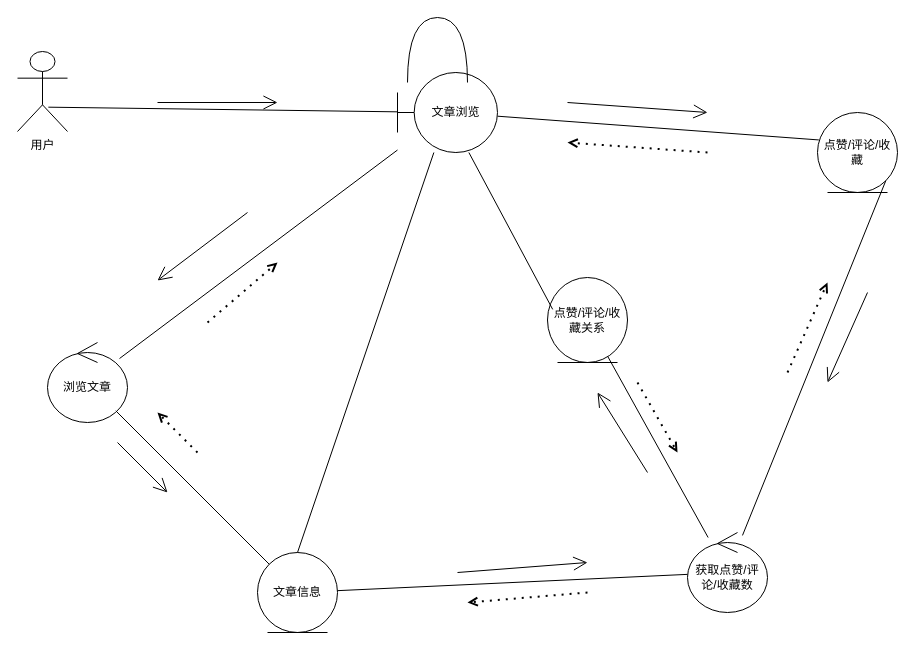
Before: page "查看消息" (3 of 8) of 协作图.drawio in WuShangMo/SquidGame1, a draw.io diagram. Source tidied: cells renumbered, new cells numbered last; positions are measured from the earlier drawing's top-left corner, leaving out a move shared by most shapes. Both pictures are drawn from the tidied source at 100%, with x=0, y=0 at pixel (17, 17).
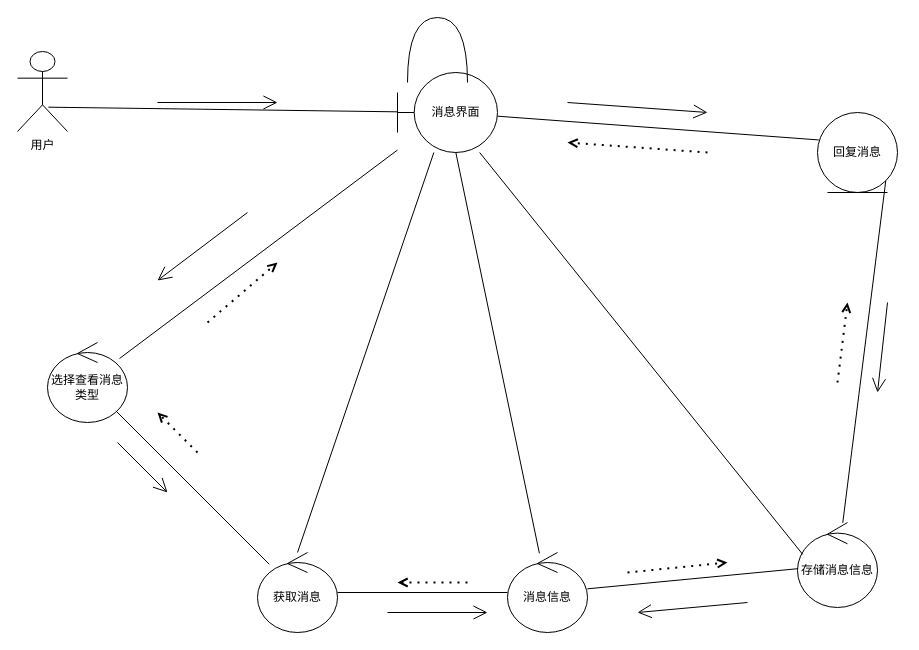
The same diagram, later.

The edit, as a diff of the source:
```diff
@@
-    <mxCell id="3" value="&lt;span style=&quot;&quot;&gt;文章浏览&lt;/span&gt;" style="shape=umlBoundary;whiteSpace=wrap;html=1;" parent="1" vertex="1">
+    <mxCell id="3" value="&lt;span style=&quot;&quot;&gt;消息界面&lt;/span&gt;" style="shape=umlBoundary;whiteSpace=wrap;html=1;" parent="1" vertex="1">
       <mxGeometry x="380" y="55" width="100" height="80" as="geometry" />
     </mxCell>
-    <mxCell id="4" value="&lt;span style=&quot;&quot;&gt;文章信息&lt;/span&gt;" style="ellipse;shape=umlEntity;whiteSpace=wrap;html=1;" parent="1" vertex="1">
+    <mxCell id="4" value="&lt;span style=&quot;&quot;&gt;获取消息&lt;/span&gt;" style="ellipse;shape=umlControl;whiteSpace=wrap;html=1;" parent="1" vertex="1">
       <mxGeometry x="240" y="535" width="80" height="80" as="geometry" />
     </mxCell>
-    <mxCell id="5" value="获取点赞/评论/收藏数" style="ellipse;shape=umlControl;whiteSpace=wrap;html=1;" parent="1" vertex="1">
-      <mxGeometry x="670" y="515" width="80" height="80" as="geometry" />
+    <mxCell id="5" value="&lt;span style=&quot;&quot;&gt;消息信息&lt;/span&gt;" style="ellipse;shape=umlControl;whiteSpace=wrap;html=1;" parent="1" vertex="1">
+      <mxGeometry x="490" y="535" width="80" height="80" as="geometry" />
     </mxCell>
-    <mxCell id="6" value="&lt;span style=&quot;&quot;&gt;点赞/评论/收藏关系&lt;/span&gt;" style="ellipse;shape=umlEntity;whiteSpace=wrap;html=1;" parent="1" vertex="1">
-      <mxGeometry x="530" y="260" width="80" height="85" as="geometry" />
+    <mxCell id="6" value="&lt;span style=&quot;&quot;&gt;存储消息信息&lt;/span&gt;" style="ellipse;shape=umlControl;whiteSpace=wrap;html=1;" parent="1" vertex="1">
+      <mxGeometry x="780" y="505" width="80" height="85" as="geometry" />
     </mxCell>
-    <mxCell id="7" value="点赞/评论/收藏" style="ellipse;shape=umlEntity;whiteSpace=wrap;html=1;" parent="1" vertex="1">
+    <mxCell id="7" value="&lt;span style=&quot;&quot;&gt;回复消息&lt;/span&gt;" style="ellipse;shape=umlEntity;whiteSpace=wrap;html=1;" parent="1" vertex="1">
       <mxGeometry x="800" y="95" width="80" height="80" as="geometry" />
     </mxCell>
-    <mxCell id="8" value="&lt;span style=&quot;&quot;&gt;浏览文章&lt;/span&gt;" style="ellipse;shape=umlControl;whiteSpace=wrap;html=1;" parent="1" vertex="1">
+    <mxCell id="8" value="&lt;span style=&quot;&quot;&gt;选择查看消息类型&lt;/span&gt;" style="ellipse;shape=umlControl;whiteSpace=wrap;html=1;" parent="1" vertex="1">
       <mxGeometry x="30" y="325" width="80" height="80" as="geometry" />
     </mxCell>
@@
-    <mxCell id="21" style="endArrow=none;html=1;rounded=0;entryX=1;entryY=1;entryDx=0;entryDy=0;" parent="1" edge="1" source="5" target="7">
+    <mxCell id="21" style="endArrow=none;html=1;rounded=0;entryX=1;entryY=1;entryDx=0;entryDy=0;" parent="1" edge="1" source="6" target="7">
       <mxGeometry relative="1" as="geometry" />
     </mxCell>
@@
-    <mxCell id="25" style="endArrow=open;endFill=1;endSize=12;html=1;rounded=0;" parent="1" edge="1">
-      <mxGeometry relative="1" as="geometry">
-        <mxPoint x="850" y="275" as="sourcePoint" />
-        <mxPoint x="810" y="365" as="targetPoint" />
-      </mxGeometry>
-    </mxCell>
-    <mxCell id="26" style="endArrow=open;endFill=1;endSize=12;html=1;rounded=0;" parent="1" edge="1">
-      <mxGeometry relative="1" as="geometry">
-        <mxPoint x="440" y="555" as="sourcePoint" />
-        <mxPoint x="570" y="545" as="targetPoint" />
-      </mxGeometry>
-    </mxCell>
-    <mxCell id="27" style="endArrow=open;endFill=1;endSize=12;html=1;rounded=0;" parent="1" edge="1">
-      <mxGeometry relative="1" as="geometry">
-        <mxPoint x="630" y="455" as="sourcePoint" />
-        <mxPoint x="580" y="375" as="targetPoint" />
-      </mxGeometry>
-    </mxCell>
-    <mxCell id="28" style="endArrow=open;dashed=1;html=1;dashPattern=1 3;strokeWidth=2;rounded=0;endFill=0;" parent="1" edge="1">
-      <mxGeometry relative="1" as="geometry">
-        <mxPoint x="570" y="575" as="sourcePoint" />
-        <mxPoint x="450" y="585" as="targetPoint" />
-      </mxGeometry>
-    </mxCell>
-    <mxCell id="29" style="endArrow=open;dashed=1;html=1;dashPattern=1 3;strokeWidth=2;rounded=0;endFill=0;" parent="1" edge="1">
-      <mxGeometry relative="1" as="geometry">
-        <mxPoint x="620" y="365" as="sourcePoint" />
-        <mxPoint x="660" y="435" as="targetPoint" />
-      </mxGeometry>
-    </mxCell>
-    <mxCell id="30" style="endArrow=open;dashed=1;html=1;dashPattern=1 3;strokeWidth=2;rounded=0;endFill=0;" parent="1" edge="1">
-      <mxGeometry relative="1" as="geometry">
-        <mxPoint x="770" y="355" as="sourcePoint" />
-        <mxPoint x="810" y="265" as="targetPoint" />
-      </mxGeometry>
-    </mxCell>
@@
+    <mxCell id="32" style="endArrow=none;html=1;rounded=0;" parent="1" edge="1" source="5" target="3">
+      <mxGeometry relative="1" as="geometry" />
+    </mxCell>
+    <mxCell id="33" style="endArrow=open;endFill=1;endSize=12;html=1;rounded=0;" parent="1" edge="1">
+      <mxGeometry relative="1" as="geometry">
+        <mxPoint x="370" y="595" as="sourcePoint" />
+        <mxPoint x="470" y="595" as="targetPoint" />
+      </mxGeometry>
+    </mxCell>
+    <mxCell id="34" style="endArrow=open;endFill=1;endSize=12;html=1;rounded=0;" parent="1" edge="1">
+      <mxGeometry relative="1" as="geometry">
+        <mxPoint x="870" y="285" as="sourcePoint" />
+        <mxPoint x="860" y="375" as="targetPoint" />
+      </mxGeometry>
+    </mxCell>
+    <mxCell id="35" style="endArrow=open;endFill=1;endSize=12;html=1;rounded=0;" parent="1" edge="1">
+      <mxGeometry relative="1" as="geometry">
+        <mxPoint x="730" y="585" as="sourcePoint" />
+        <mxPoint x="620" y="595" as="targetPoint" />
+      </mxGeometry>
+    </mxCell>
+    <mxCell id="36" style="endArrow=open;dashed=1;html=1;dashPattern=1 3;strokeWidth=2;rounded=0;endFill=0;" parent="1" edge="1">
+      <mxGeometry relative="1" as="geometry">
+        <mxPoint x="610" y="555" as="sourcePoint" />
+        <mxPoint x="710" y="545" as="targetPoint" />
+      </mxGeometry>
+    </mxCell>
+    <mxCell id="37" style="endArrow=open;dashed=1;html=1;dashPattern=1 3;strokeWidth=2;rounded=0;endFill=0;" parent="1" edge="1">
+      <mxGeometry relative="1" as="geometry">
+        <mxPoint x="450" y="565" as="sourcePoint" />
+        <mxPoint x="380" y="565" as="targetPoint" />
+      </mxGeometry>
+    </mxCell>
+    <mxCell id="38" style="endArrow=open;dashed=1;html=1;dashPattern=1 3;strokeWidth=2;rounded=0;endFill=0;" parent="1" edge="1">
+      <mxGeometry relative="1" as="geometry">
+        <mxPoint x="820" y="365" as="sourcePoint" />
+        <mxPoint x="830" y="285" as="targetPoint" />
+      </mxGeometry>
+    </mxCell>
```
